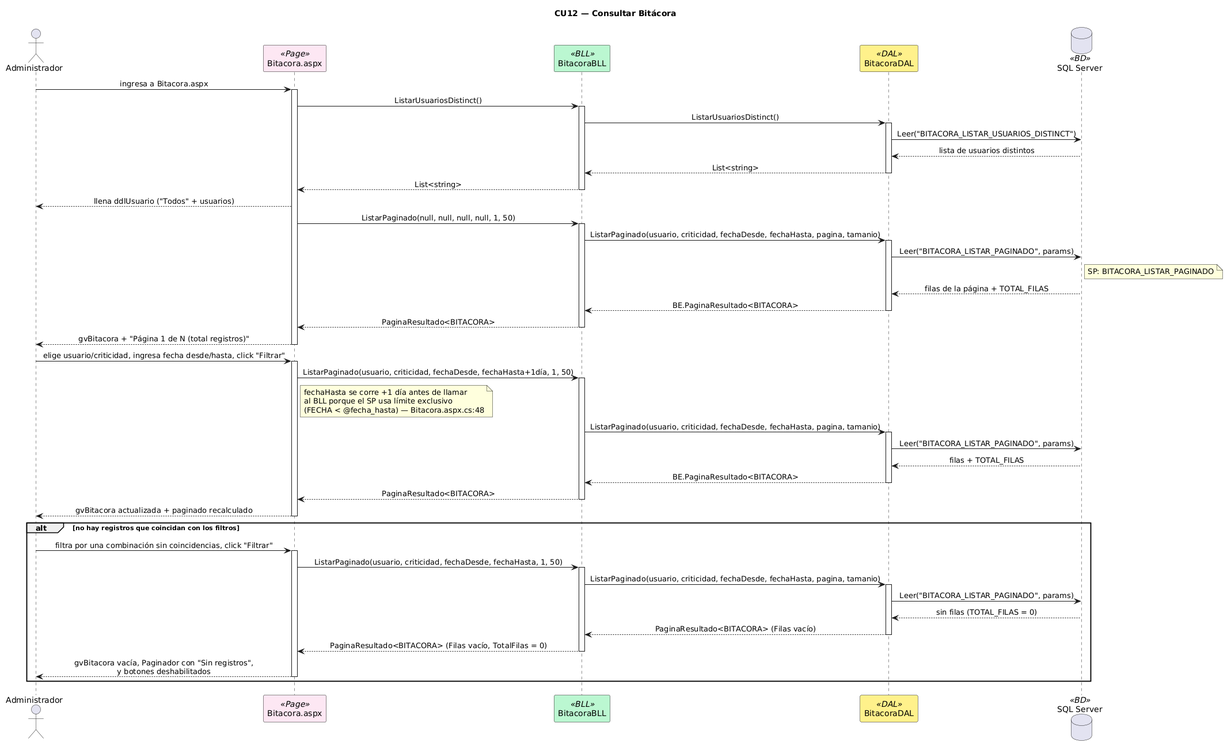
This is DIAGRAMAS/Secuencia_CU12_ConsultarBitacora.png from Urrels/tpDYAWeb, a PlantUML export, as it was before one commit. Its diagram source:
```plantuml
@startuml
title CU12 — Consultar Bitácora
skinparam sequenceMessageAlign center
skinparam shadowing false
skinparam sequenceParticipant {
    BackgroundColor<<Page>> #FCE7F3
    BackgroundColor<<BLL>> #BBF7D0
    BackgroundColor<<DAL>> #FEF08A
    BackgroundColor<<BD>> #DBEAFE
}

actor Administrador as ADM
participant "Bitacora.aspx" as PAGE <<Page>>
participant "BitacoraBLL" as BLL <<BLL>>
participant "BitacoraDAL" as DAL <<DAL>>
database "SQL Server" as DB <<BD>>

ADM -> PAGE : ingresa a Bitacora.aspx
activate PAGE

PAGE -> BLL : ListarUsuariosDistinct()
activate BLL
BLL -> DAL : ListarUsuariosDistinct()
activate DAL
DAL -> DB : Leer("BITACORA_LISTAR_USUARIOS_DISTINCT")
DB --> DAL : lista de usuarios distintos
DAL --> BLL : List<string>
deactivate DAL
BLL --> PAGE : List<string>
deactivate BLL
PAGE --> ADM : llena ddlUsuario ("Todos" + usuarios)

PAGE -> BLL : ListarPaginado(null, null, null, null, 1, 50)
activate BLL
BLL -> DAL : ListarPaginado(usuario, criticidad, fechaDesde, fechaHasta, pagina, tamanio)
activate DAL
DAL -> DB : Leer("BITACORA_LISTAR_PAGINADO", params)
note right of DB : SP: BITACORA_LISTAR_PAGINADO
DB --> DAL : filas de la página + TOTAL_FILAS
DAL --> BLL : BE.PaginaResultado<BITACORA>
deactivate DAL
BLL --> PAGE : PaginaResultado<BITACORA>
deactivate BLL
PAGE --> ADM : gvBitacora + "Página 1 de N (total registros)"
deactivate PAGE

ADM -> PAGE : elige usuario/criticidad, ingresa fecha desde/hasta, click "Filtrar"
activate PAGE
PAGE -> BLL : ListarPaginado(usuario, criticidad, fechaDesde, fechaHasta+1día, 1, 50)
activate BLL
note right of PAGE
  fechaHasta se corre +1 día antes de llamar
  al BLL porque el SP usa límite exclusivo
  (FECHA < @fecha_hasta) — Bitacora.aspx.cs:48
end note
BLL -> DAL : ListarPaginado(usuario, criticidad, fechaDesde, fechaHasta, pagina, tamanio)
activate DAL
DAL -> DB : Leer("BITACORA_LISTAR_PAGINADO", params)
DB --> DAL : filas + TOTAL_FILAS
DAL --> BLL : BE.PaginaResultado<BITACORA>
deactivate DAL
BLL --> PAGE : PaginaResultado<BITACORA>
deactivate BLL
PAGE --> ADM : gvBitacora actualizada + paginado recalculado
deactivate PAGE

alt no hay registros que coincidan con los filtros
  ADM -> PAGE : filtra por una combinación sin coincidencias, click "Filtrar"
  activate PAGE
  PAGE -> BLL : ListarPaginado(usuario, criticidad, fechaDesde, fechaHasta, 1, 50)
  activate BLL
  BLL -> DAL : ListarPaginado(usuario, criticidad, fechaDesde, fechaHasta, pagina, tamanio)
  activate DAL
  DAL -> DB : Leer("BITACORA_LISTAR_PAGINADO", params)
  DB --> DAL : sin filas (TOTAL_FILAS = 0)
  DAL --> BLL : PaginaResultado<BITACORA> (Filas vacío)
  deactivate DAL
  BLL --> PAGE : PaginaResultado<BITACORA> (Filas vacío, TotalFilas = 0)
  deactivate BLL
  PAGE --> ADM : gvBitacora vacía, Paginador con "Sin registros",\ny botones deshabilitados
  deactivate PAGE
end
@enduml
```
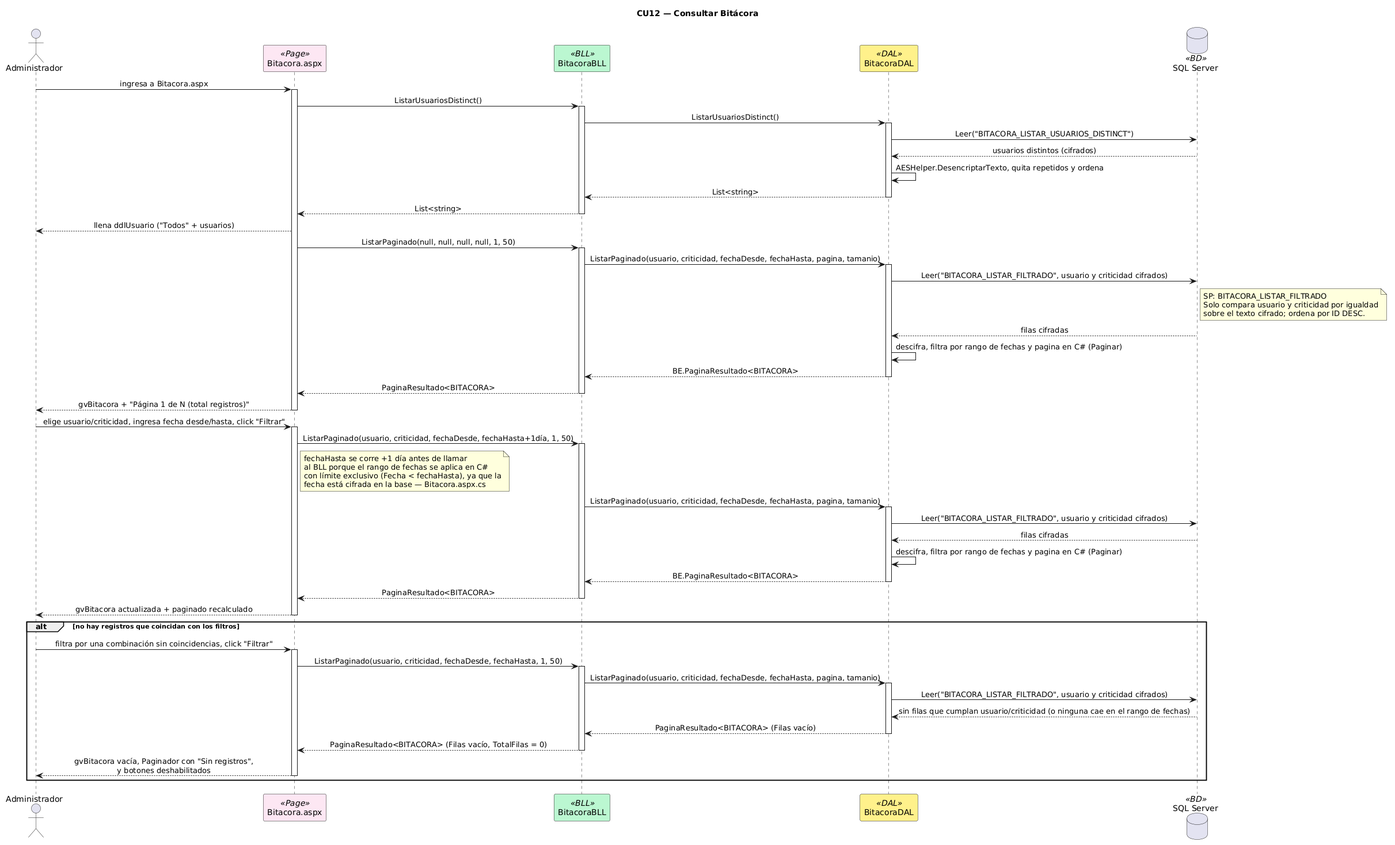
The same file after the commit.

The edit, as a diff of the source:
```diff
@@ -3,81 +3,83 @@
 skinparam sequenceMessageAlign center
 skinparam shadowing false
 skinparam sequenceParticipant {
-    BackgroundColor<<Page>> #FCE7F3
-    BackgroundColor<<BLL>> #BBF7D0
-    BackgroundColor<<DAL>> #FEF08A
-    BackgroundColor<<BD>> #DBEAFE
+BackgroundColor<<Page>> #FCE7F3
+BackgroundColor<<BLL>> #BBF7D0
+BackgroundColor<<DAL>> #FEF08A
+BackgroundColor<<BD>> #DBEAFE
 }
-
 actor Administrador as ADM
 participant "Bitacora.aspx" as PAGE <<Page>>
 participant "BitacoraBLL" as BLL <<BLL>>
 participant "BitacoraDAL" as DAL <<DAL>>
 database "SQL Server" as DB <<BD>>
-
 ADM -> PAGE : ingresa a Bitacora.aspx
 activate PAGE
-
 PAGE -> BLL : ListarUsuariosDistinct()
 activate BLL
 BLL -> DAL : ListarUsuariosDistinct()
 activate DAL
 DAL -> DB : Leer("BITACORA_LISTAR_USUARIOS_DISTINCT")
-DB --> DAL : lista de usuarios distintos
+DB --> DAL : usuarios distintos (cifrados)
+DAL -> DAL : AESHelper.DesencriptarTexto, quita repetidos y ordena
 DAL --> BLL : List<string>
 deactivate DAL
 BLL --> PAGE : List<string>
 deactivate BLL
 PAGE --> ADM : llena ddlUsuario ("Todos" + usuarios)
-
 PAGE -> BLL : ListarPaginado(null, null, null, null, 1, 50)
 activate BLL
 BLL -> DAL : ListarPaginado(usuario, criticidad, fechaDesde, fechaHasta, pagina, tamanio)
 activate DAL
-DAL -> DB : Leer("BITACORA_LISTAR_PAGINADO", params)
-note right of DB : SP: BITACORA_LISTAR_PAGINADO
-DB --> DAL : filas de la página + TOTAL_FILAS
+DAL -> DB : Leer("BITACORA_LISTAR_FILTRADO", usuario y criticidad cifrados)
+note right of DB
+SP: BITACORA_LISTAR_FILTRADO
+Solo compara usuario y criticidad por igualdad
+sobre el texto cifrado; ordena por ID DESC.
+end note
+DB --> DAL : filas cifradas
+DAL -> DAL : descifra, filtra por rango de fechas y pagina en C# (Paginar)
 DAL --> BLL : BE.PaginaResultado<BITACORA>
 deactivate DAL
 BLL --> PAGE : PaginaResultado<BITACORA>
 deactivate BLL
 PAGE --> ADM : gvBitacora + "Página 1 de N (total registros)"
 deactivate PAGE
-
 ADM -> PAGE : elige usuario/criticidad, ingresa fecha desde/hasta, click "Filtrar"
 activate PAGE
 PAGE -> BLL : ListarPaginado(usuario, criticidad, fechaDesde, fechaHasta+1día, 1, 50)
 activate BLL
 note right of PAGE
-  fechaHasta se corre +1 día antes de llamar
-  al BLL porque el SP usa límite exclusivo
-  (FECHA < @fecha_hasta) — Bitacora.aspx.cs:48
+fechaHasta se corre +1 día antes de llamar
+al BLL porque el rango de fechas se aplica en C#
+con límite exclusivo (Fecha < fechaHasta), ya que la
+fecha está cifrada en la base — Bitacora.aspx.cs
 end note
 BLL -> DAL : ListarPaginado(usuario, criticidad, fechaDesde, fechaHasta, pagina, tamanio)
 activate DAL
-DAL -> DB : Leer("BITACORA_LISTAR_PAGINADO", params)
-DB --> DAL : filas + TOTAL_FILAS
+DAL -> DB : Leer("BITACORA_LISTAR_FILTRADO", usuario y criticidad cifrados)
+DB --> DAL : filas cifradas
+DAL -> DAL : descifra, filtra por rango de fechas y pagina en C# (Paginar)
 DAL --> BLL : BE.PaginaResultado<BITACORA>
 deactivate DAL
 BLL --> PAGE : PaginaResultado<BITACORA>
 deactivate BLL
 PAGE --> ADM : gvBitacora actualizada + paginado recalculado
 deactivate PAGE
-
 alt no hay registros que coincidan con los filtros
-  ADM -> PAGE : filtra por una combinación sin coincidencias, click "Filtrar"
-  activate PAGE
-  PAGE -> BLL : ListarPaginado(usuario, criticidad, fechaDesde, fechaHasta, 1, 50)
-  activate BLL
-  BLL -> DAL : ListarPaginado(usuario, criticidad, fechaDesde, fechaHasta, pagina, tamanio)
-  activate DAL
-  DAL -> DB : Leer("BITACORA_LISTAR_PAGINADO", params)
-  DB --> DAL : sin filas (TOTAL_FILAS = 0)
-  DAL --> BLL : PaginaResultado<BITACORA> (Filas vacío)
-  deactivate DAL
-  BLL --> PAGE : PaginaResultado<BITACORA> (Filas vacío, TotalFilas = 0)
-  deactivate BLL
-  PAGE --> ADM : gvBitacora vacía, Paginador con "Sin registros",\ny botones deshabilitados
-  deactivate PAGE
+ADM -> PAGE : filtra por una combinación sin coincidencias, click "Filtrar"
+activate PAGE
+PAGE -> BLL : ListarPaginado(usuario, criticidad, fechaDesde, fechaHasta, 1, 50)
+activate BLL
+BLL -> DAL : ListarPaginado(usuario, criticidad, fechaDesde, fechaHasta, pagina, tamanio)
+activate DAL
+DAL -> DB : Leer("BITACORA_LISTAR_FILTRADO", usuario y criticidad cifrados)
+DB --> DAL : sin filas que cumplan usuario/criticidad (o ninguna cae en el rango de fechas)
+DAL --> BLL : PaginaResultado<BITACORA> (Filas vacío)
+deactivate DAL
+BLL --> PAGE : PaginaResultado<BITACORA> (Filas vacío, TotalFilas = 0)
+deactivate BLL
+PAGE --> ADM : gvBitacora vacía, Paginador con "Sin registros",\ny botones deshabilitados
+deactivate PAGE
 end
 @enduml
```
